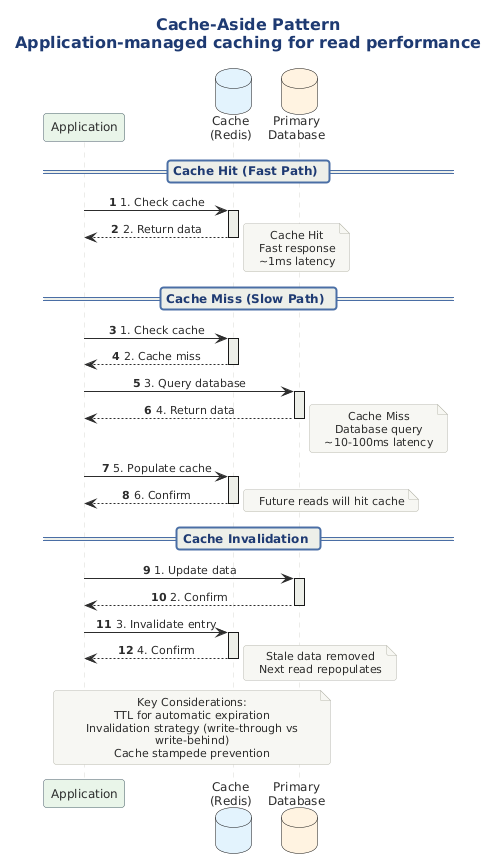
Earlier version of the PlantUML export src/architecture/views-and-beyond/style-catalogs/component-and-connector/shared-data-style/png/cache-aside-pattern-app-managed-caching-read.png (Notoriousjayy/latex-docs).
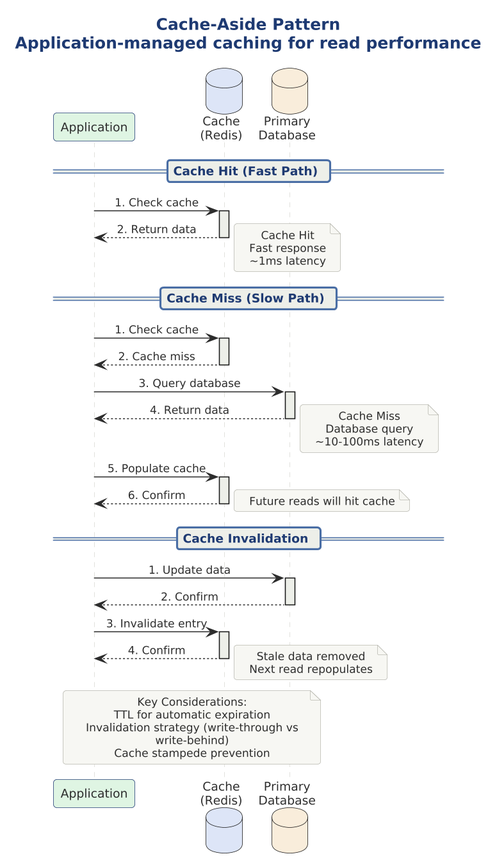
After the commit.

What changed in the source:
```diff
@@ -1,16 +1,17 @@
 @startuml
+
+skinparam dpi 150
+
+
+
 
 !include ../../../../../../tooling/styles/plantuml/interaction/sequence-diagram-style.iuml
 
-skinparam participant {
-    BorderColor #455A64
-}
-
 title Cache-Aside Pattern\nApplication-managed caching for read performance
 
-participant "Application" as app #E8F5E9
-database "Cache\n(Redis)" as cache #E3F2FD
-database "Primary\nDatabase" as db #FFF3E0
+participant "Application" as app $fill_ok
+database "Cache\n(Redis)" as cache $fill_primary
+database "Primary\nDatabase" as db $fill_caution
 
 == Cache Hit (Fast Path) ==
 app -> cache : 1. Check cache
```
